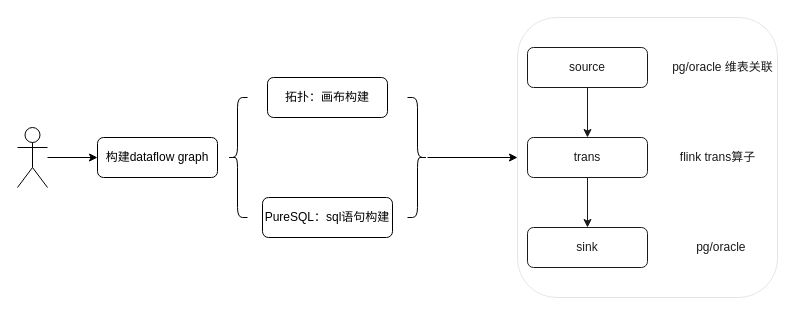
Above: 添加pg、oracle数据源.drawio in david-gao1/diagrams (draw.io), before the change. Source tidied: cells renumbered, new cells numbered last; positions are measured from the earlier drawing's top-left corner, leaving out a move shared by most shapes. Both pictures are drawn from the tidied source at 100%, with x=0, y=0 at pixel (17, 17).
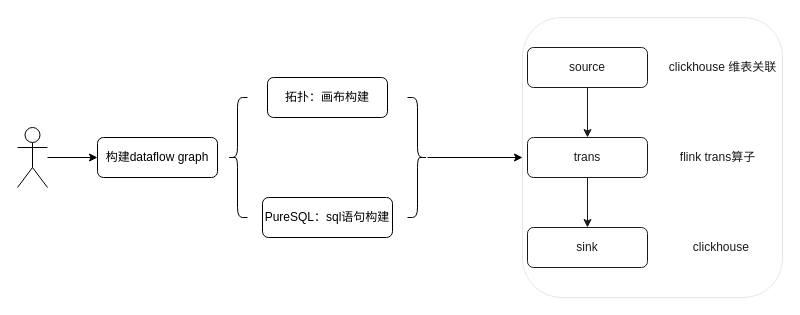
Above is the later version.

Commit message:
Update 添加pg、oracle数据源.drawio

What changed in the source:
```diff
@@
 <mxGraphModel>
   <root>
     <mxCell id="0" />
     <mxCell id="1" parent="0" />
     <mxCell id="2" style="edgeStyle=orthogonalEdgeStyle;rounded=0;jettySize=auto;html=1;" parent="1" edge="1" source="3" target="6">
       <mxGeometry relative="1" as="geometry" />
     </mxCell>
     <mxCell id="3" value="trans" style="rounded=1;whiteSpace=wrap;html=1;" parent="1" vertex="1">
       <mxGeometry x="510" y="120" width="120" height="40" as="geometry" />
     </mxCell>
     <mxCell id="4" style="edgeStyle=orthogonalEdgeStyle;rounded=0;jettySize=auto;html=1;" parent="1" edge="1" source="5" target="3">
       <mxGeometry relative="1" as="geometry" />
     </mxCell>
     <mxCell id="5" value="source" style="rounded=1;whiteSpace=wrap;html=1;" parent="1" vertex="1">
       <mxGeometry x="510" y="30" width="120" height="40" as="geometry" />
     </mxCell>
     <mxCell id="6" value="sink" style="rounded=1;whiteSpace=wrap;html=1;" parent="1" vertex="1">
       <mxGeometry x="510" y="210" width="120" height="40" as="geometry" />
     </mxCell>
-    <mxCell id="7" value="pg/oracle 维表关联" style="text;html=1;align=center;verticalAlign=middle;strokeColor=none;" parent="1" vertex="1">
+    <mxCell id="7" value="clickhouse 维表关联" style="text;html=1;align=center;verticalAlign=middle;strokeColor=none;" parent="1" vertex="1">
       <mxGeometry x="645" y="40" width="120" height="20" as="geometry" />
     </mxCell>
-    <mxCell id="8" value="pg/oracle&amp;nbsp;" style="text;html=1;align=center;verticalAlign=middle;strokeColor=none;" parent="1" vertex="1">
+    <mxCell id="8" value="clickhouse&amp;nbsp;" style="text;html=1;align=center;verticalAlign=middle;strokeColor=none;" parent="1" vertex="1">
       <mxGeometry x="670" y="220" width="70" height="20" as="geometry" />
     </mxCell>
     <mxCell id="9" value="flink trans算子" style="text;html=1;align=center;verticalAlign=middle;strokeColor=none;" parent="1" vertex="1">
       <mxGeometry x="655" y="130" width="90" height="20" as="geometry" />
     </mxCell>
     <mxCell id="10" value="构建dataflow graph" style="rounded=1;whiteSpace=wrap;html=1;" parent="1" vertex="1">
       <mxGeometry x="80" y="120" width="120" height="40" as="geometry" />
     </mxCell>
     <mxCell id="11" style="edgeStyle=orthogonalEdgeStyle;rounded=0;jettySize=auto;html=1;" parent="1" edge="1" source="12" target="10">
       <mxGeometry relative="1" as="geometry" />
     </mxCell>
     <mxCell id="12" style="shape=umlActor;verticalLabelPosition=bottom;verticalAlign=top;html=1;outlineConnect=0;" parent="1" vertex="1">
       <mxGeometry y="110" width="30" height="60" as="geometry" />
     </mxCell>
     <mxCell id="13" style="shape=curlyBracket;whiteSpace=wrap;html=1;rounded=1;" parent="1" vertex="1">
       <mxGeometry x="210" y="80" width="20" height="120" as="geometry" />
     </mxCell>
     <mxCell id="14" value="拓扑：画布构建" style="rounded=1;whiteSpace=wrap;html=1;" parent="1" vertex="1">
       <mxGeometry x="250" y="60" width="120" height="40" as="geometry" />
     </mxCell>
     <mxCell id="15" value="PureSQL：sql语句构建" style="rounded=1;whiteSpace=wrap;html=1;" parent="1" vertex="1">
       <mxGeometry x="245" y="180" width="130" height="40" as="geometry" />
     </mxCell>
     <mxCell id="16" style="edgeStyle=orthogonalEdgeStyle;rounded=0;jettySize=auto;html=1;" parent="1" edge="1" source="17" target="18">
       <mxGeometry relative="1" as="geometry" />
     </mxCell>
     <mxCell id="17" style="shape=curlyBracket;whiteSpace=wrap;html=1;rounded=1;flipH=1;" parent="1" vertex="1">
       <mxGeometry x="390" y="80" width="20" height="120" as="geometry" />
     </mxCell>
     <mxCell id="18" style="rounded=1;whiteSpace=wrap;html=1;opacity=10;" parent="1" vertex="1">
-      <mxGeometry x="500" width="260" height="280" as="geometry" />
+      <mxGeometry x="505" width="260" height="280" as="geometry" />
     </mxCell>
   </root>
 </mxGraphModel>
```
